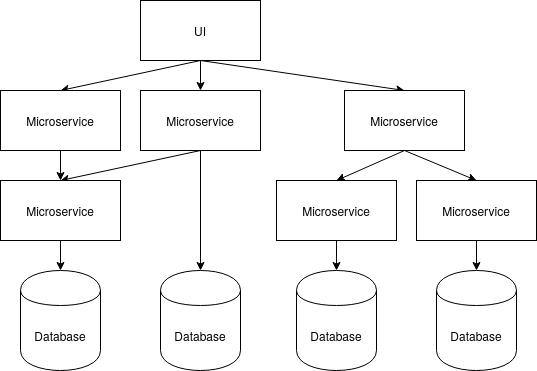
Earlier version of the draw.io export TIK_kand_latex-pohja_kandityolle_ja_tutkimussuunnitelmalle/MSA.png (elohopea/security-in-microservices). Source tidied: cells renumbered, new cells last; positions are measured from the earlier drawing's top-left corner, leaving out a move shared by most shapes. Its diagram source:
```xml
<mxGraphModel>
  <root>
    <mxCell id="0" />
    <mxCell id="1" parent="0" />
    <mxCell id="2" style="rounded=0;jettySize=auto;html=1;exitX=0.5;exitY=1;exitDx=0;exitDy=0;entryX=0.5;entryY=0;entryDx=0;entryDy=0;" parent="1" edge="1" source="5" target="7">
      <mxGeometry relative="1" as="geometry" />
    </mxCell>
    <mxCell id="3" style="rounded=0;jettySize=auto;html=1;exitX=0.5;exitY=1;exitDx=0;exitDy=0;" parent="1" edge="1" source="5" target="10">
      <mxGeometry relative="1" as="geometry" />
    </mxCell>
    <mxCell id="4" style="rounded=0;jettySize=auto;html=1;exitX=0.5;exitY=1;exitDx=0;exitDy=0;entryX=0.5;entryY=0;entryDx=0;entryDy=0;" parent="1" edge="1" source="5" target="13">
      <mxGeometry relative="1" as="geometry" />
    </mxCell>
    <mxCell id="5" value="UI" style="rounded=0;whiteSpace=wrap;html=1;" parent="1" vertex="1">
      <mxGeometry x="140" width="120" height="60" as="geometry" />
    </mxCell>
    <mxCell id="6" style="edgeStyle=none;rounded=0;jettySize=auto;html=1;exitX=0.5;exitY=1;exitDx=0;exitDy=0;entryX=0.5;entryY=0;entryDx=0;entryDy=0;" parent="1" edge="1" source="7" target="19">
      <mxGeometry relative="1" as="geometry" />
    </mxCell>
    <mxCell id="7" value="Microservice" style="rounded=0;whiteSpace=wrap;html=1;" parent="1" vertex="1">
      <mxGeometry y="90" width="120" height="60" as="geometry" />
    </mxCell>
    <mxCell id="8" style="edgeStyle=none;rounded=0;jettySize=auto;html=1;exitX=0.5;exitY=1;exitDx=0;exitDy=0;entryX=0.5;entryY=0;entryDx=0;entryDy=0;" parent="1" edge="1" source="10" target="19">
      <mxGeometry relative="1" as="geometry" />
    </mxCell>
    <mxCell id="9" style="edgeStyle=none;rounded=0;jettySize=auto;html=1;exitX=0.5;exitY=1;exitDx=0;exitDy=0;entryX=0.5;entryY=0;entryDx=0;entryDy=0;" parent="1" edge="1" source="10" target="21">
      <mxGeometry relative="1" as="geometry" />
    </mxCell>
    <mxCell id="10" value="Microservice" style="rounded=0;whiteSpace=wrap;html=1;" parent="1" vertex="1">
      <mxGeometry x="140" y="90" width="120" height="60" as="geometry" />
    </mxCell>
    <mxCell id="11" style="edgeStyle=none;rounded=0;jettySize=auto;html=1;exitX=0.5;exitY=1;exitDx=0;exitDy=0;entryX=0.5;entryY=0;entryDx=0;entryDy=0;" parent="1" edge="1" source="13" target="17">
      <mxGeometry relative="1" as="geometry" />
    </mxCell>
    <mxCell id="12" style="edgeStyle=none;rounded=0;jettySize=auto;html=1;exitX=0.5;exitY=1;exitDx=0;exitDy=0;entryX=0.5;entryY=0;entryDx=0;entryDy=0;" parent="1" edge="1" source="13" target="15">
      <mxGeometry relative="1" as="geometry" />
    </mxCell>
    <mxCell id="13" value="Microservice" style="rounded=0;whiteSpace=wrap;html=1;" parent="1" vertex="1">
      <mxGeometry x="344" y="90" width="120" height="60" as="geometry" />
    </mxCell>
    <mxCell id="14" style="edgeStyle=none;rounded=0;jettySize=auto;html=1;exitX=0.5;exitY=1;exitDx=0;exitDy=0;entryX=0.5;entryY=0;entryDx=0;entryDy=0;" parent="1" edge="1" source="15" target="23">
      <mxGeometry relative="1" as="geometry" />
    </mxCell>
    <mxCell id="15" value="Microservice" style="rounded=0;whiteSpace=wrap;html=1;" parent="1" vertex="1">
      <mxGeometry x="416" y="180" width="120" height="60" as="geometry" />
    </mxCell>
    <mxCell id="16" style="edgeStyle=none;rounded=0;jettySize=auto;html=1;exitX=0.5;exitY=1;exitDx=0;exitDy=0;entryX=0.5;entryY=0;entryDx=0;entryDy=0;" parent="1" edge="1" source="17" target="22">
      <mxGeometry relative="1" as="geometry" />
    </mxCell>
    <mxCell id="17" value="Microservice" style="rounded=0;whiteSpace=wrap;html=1;" parent="1" vertex="1">
      <mxGeometry x="276" y="180" width="120" height="60" as="geometry" />
    </mxCell>
    <mxCell id="18" style="edgeStyle=none;rounded=0;jettySize=auto;html=1;exitX=0.5;exitY=1;exitDx=0;exitDy=0;" parent="1" edge="1" source="19" target="20">
      <mxGeometry relative="1" as="geometry" />
    </mxCell>
    <mxCell id="19" value="Microservice" style="rounded=0;whiteSpace=wrap;html=1;" parent="1" vertex="1">
      <mxGeometry y="180" width="120" height="60" as="geometry" />
    </mxCell>
    <mxCell id="20" value="Database" style="shape=cylinder;whiteSpace=wrap;html=1;boundedLbl=1;backgroundOutline=1;" parent="1" vertex="1">
      <mxGeometry x="20" y="270" width="80" height="100" as="geometry" />
    </mxCell>
    <mxCell id="21" value="Database" style="shape=cylinder;whiteSpace=wrap;html=1;boundedLbl=1;backgroundOutline=1;" parent="1" vertex="1">
      <mxGeometry x="160" y="270" width="80" height="100" as="geometry" />
    </mxCell>
    <mxCell id="22" value="Database" style="shape=cylinder;whiteSpace=wrap;html=1;boundedLbl=1;backgroundOutline=1;" parent="1" vertex="1">
      <mxGeometry x="296" y="270" width="80" height="100" as="geometry" />
    </mxCell>
    <mxCell id="23" value="Database" style="shape=cylinder;whiteSpace=wrap;html=1;boundedLbl=1;backgroundOutline=1;" parent="1" vertex="1">
      <mxGeometry x="436" y="270" width="80" height="100" as="geometry" />
    </mxCell>
  </root>
</mxGraphModel>
```
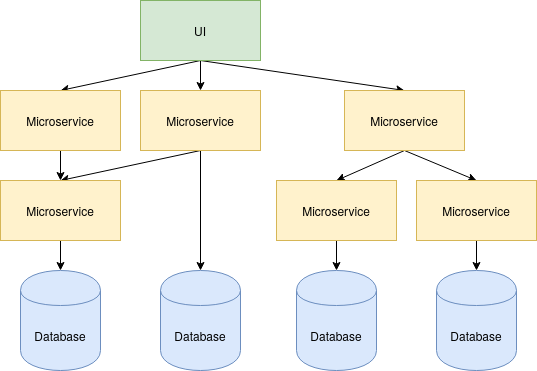
The same diagram one commit later.

Diff of the diagram source:
```diff
@@ -11,13 +11,13 @@
     <mxCell id="4" style="rounded=0;jettySize=auto;html=1;exitX=0.5;exitY=1;exitDx=0;exitDy=0;entryX=0.5;entryY=0;entryDx=0;entryDy=0;" parent="1" edge="1" source="5" target="13">
       <mxGeometry relative="1" as="geometry" />
     </mxCell>
-    <mxCell id="5" value="UI" style="rounded=0;whiteSpace=wrap;html=1;" parent="1" vertex="1">
+    <mxCell id="5" value="UI" style="rounded=0;whiteSpace=wrap;html=1;fillColor=#d5e8d4;strokeColor=#82b366;" parent="1" vertex="1">
       <mxGeometry x="140" width="120" height="60" as="geometry" />
     </mxCell>
     <mxCell id="6" style="edgeStyle=none;rounded=0;jettySize=auto;html=1;exitX=0.5;exitY=1;exitDx=0;exitDy=0;entryX=0.5;entryY=0;entryDx=0;entryDy=0;" parent="1" edge="1" source="7" target="19">
       <mxGeometry relative="1" as="geometry" />
     </mxCell>
-    <mxCell id="7" value="Microservice" style="rounded=0;whiteSpace=wrap;html=1;" parent="1" vertex="1">
+    <mxCell id="7" value="Microservice" style="rounded=0;whiteSpace=wrap;html=1;fillColor=#fff2cc;strokeColor=#d6b656;" parent="1" vertex="1">
       <mxGeometry y="90" width="120" height="60" as="geometry" />
     </mxCell>
     <mxCell id="8" style="edgeStyle=none;rounded=0;jettySize=auto;html=1;exitX=0.5;exitY=1;exitDx=0;exitDy=0;entryX=0.5;entryY=0;entryDx=0;entryDy=0;" parent="1" edge="1" source="10" target="19">
@@ -26,7 +26,7 @@
     <mxCell id="9" style="edgeStyle=none;rounded=0;jettySize=auto;html=1;exitX=0.5;exitY=1;exitDx=0;exitDy=0;entryX=0.5;entryY=0;entryDx=0;entryDy=0;" parent="1" edge="1" source="10" target="21">
       <mxGeometry relative="1" as="geometry" />
     </mxCell>
-    <mxCell id="10" value="Microservice" style="rounded=0;whiteSpace=wrap;html=1;" parent="1" vertex="1">
+    <mxCell id="10" value="Microservice" style="rounded=0;whiteSpace=wrap;html=1;fillColor=#fff2cc;strokeColor=#d6b656;" parent="1" vertex="1">
       <mxGeometry x="140" y="90" width="120" height="60" as="geometry" />
     </mxCell>
     <mxCell id="11" style="edgeStyle=none;rounded=0;jettySize=auto;html=1;exitX=0.5;exitY=1;exitDx=0;exitDy=0;entryX=0.5;entryY=0;entryDx=0;entryDy=0;" parent="1" edge="1" source="13" target="17">
@@ -35,37 +35,37 @@
     <mxCell id="12" style="edgeStyle=none;rounded=0;jettySize=auto;html=1;exitX=0.5;exitY=1;exitDx=0;exitDy=0;entryX=0.5;entryY=0;entryDx=0;entryDy=0;" parent="1" edge="1" source="13" target="15">
       <mxGeometry relative="1" as="geometry" />
     </mxCell>
-    <mxCell id="13" value="Microservice" style="rounded=0;whiteSpace=wrap;html=1;" parent="1" vertex="1">
+    <mxCell id="13" value="Microservice" style="rounded=0;whiteSpace=wrap;html=1;fillColor=#fff2cc;strokeColor=#d6b656;" parent="1" vertex="1">
       <mxGeometry x="344" y="90" width="120" height="60" as="geometry" />
     </mxCell>
     <mxCell id="14" style="edgeStyle=none;rounded=0;jettySize=auto;html=1;exitX=0.5;exitY=1;exitDx=0;exitDy=0;entryX=0.5;entryY=0;entryDx=0;entryDy=0;" parent="1" edge="1" source="15" target="23">
       <mxGeometry relative="1" as="geometry" />
     </mxCell>
-    <mxCell id="15" value="Microservice" style="rounded=0;whiteSpace=wrap;html=1;" parent="1" vertex="1">
+    <mxCell id="15" value="Microservice" style="rounded=0;whiteSpace=wrap;html=1;fillColor=#fff2cc;strokeColor=#d6b656;" parent="1" vertex="1">
       <mxGeometry x="416" y="180" width="120" height="60" as="geometry" />
     </mxCell>
     <mxCell id="16" style="edgeStyle=none;rounded=0;jettySize=auto;html=1;exitX=0.5;exitY=1;exitDx=0;exitDy=0;entryX=0.5;entryY=0;entryDx=0;entryDy=0;" parent="1" edge="1" source="17" target="22">
       <mxGeometry relative="1" as="geometry" />
     </mxCell>
-    <mxCell id="17" value="Microservice" style="rounded=0;whiteSpace=wrap;html=1;" parent="1" vertex="1">
+    <mxCell id="17" value="Microservice" style="rounded=0;whiteSpace=wrap;html=1;fillColor=#fff2cc;strokeColor=#d6b656;" parent="1" vertex="1">
       <mxGeometry x="276" y="180" width="120" height="60" as="geometry" />
     </mxCell>
     <mxCell id="18" style="edgeStyle=none;rounded=0;jettySize=auto;html=1;exitX=0.5;exitY=1;exitDx=0;exitDy=0;" parent="1" edge="1" source="19" target="20">
       <mxGeometry relative="1" as="geometry" />
     </mxCell>
-    <mxCell id="19" value="Microservice" style="rounded=0;whiteSpace=wrap;html=1;" parent="1" vertex="1">
+    <mxCell id="19" value="Microservice" style="rounded=0;whiteSpace=wrap;html=1;fillColor=#fff2cc;strokeColor=#d6b656;" parent="1" vertex="1">
       <mxGeometry y="180" width="120" height="60" as="geometry" />
     </mxCell>
-    <mxCell id="20" value="Database" style="shape=cylinder;whiteSpace=wrap;html=1;boundedLbl=1;backgroundOutline=1;" parent="1" vertex="1">
+    <mxCell id="20" value="Database" style="shape=cylinder;whiteSpace=wrap;html=1;boundedLbl=1;backgroundOutline=1;fillColor=#dae8fc;strokeColor=#6c8ebf;" parent="1" vertex="1">
       <mxGeometry x="20" y="270" width="80" height="100" as="geometry" />
     </mxCell>
-    <mxCell id="21" value="Database" style="shape=cylinder;whiteSpace=wrap;html=1;boundedLbl=1;backgroundOutline=1;" parent="1" vertex="1">
+    <mxCell id="21" value="Database" style="shape=cylinder;whiteSpace=wrap;html=1;boundedLbl=1;backgroundOutline=1;fillColor=#dae8fc;strokeColor=#6c8ebf;" parent="1" vertex="1">
       <mxGeometry x="160" y="270" width="80" height="100" as="geometry" />
     </mxCell>
-    <mxCell id="22" value="Database" style="shape=cylinder;whiteSpace=wrap;html=1;boundedLbl=1;backgroundOutline=1;" parent="1" vertex="1">
+    <mxCell id="22" value="Database" style="shape=cylinder;whiteSpace=wrap;html=1;boundedLbl=1;backgroundOutline=1;fillColor=#dae8fc;strokeColor=#6c8ebf;" parent="1" vertex="1">
       <mxGeometry x="296" y="270" width="80" height="100" as="geometry" />
     </mxCell>
-    <mxCell id="23" value="Database" style="shape=cylinder;whiteSpace=wrap;html=1;boundedLbl=1;backgroundOutline=1;" parent="1" vertex="1">
+    <mxCell id="23" value="Database" style="shape=cylinder;whiteSpace=wrap;html=1;boundedLbl=1;backgroundOutline=1;fillColor=#dae8fc;strokeColor=#6c8ebf;" parent="1" vertex="1">
       <mxGeometry x="436" y="270" width="80" height="100" as="geometry" />
     </mxCell>
   </root>
```
